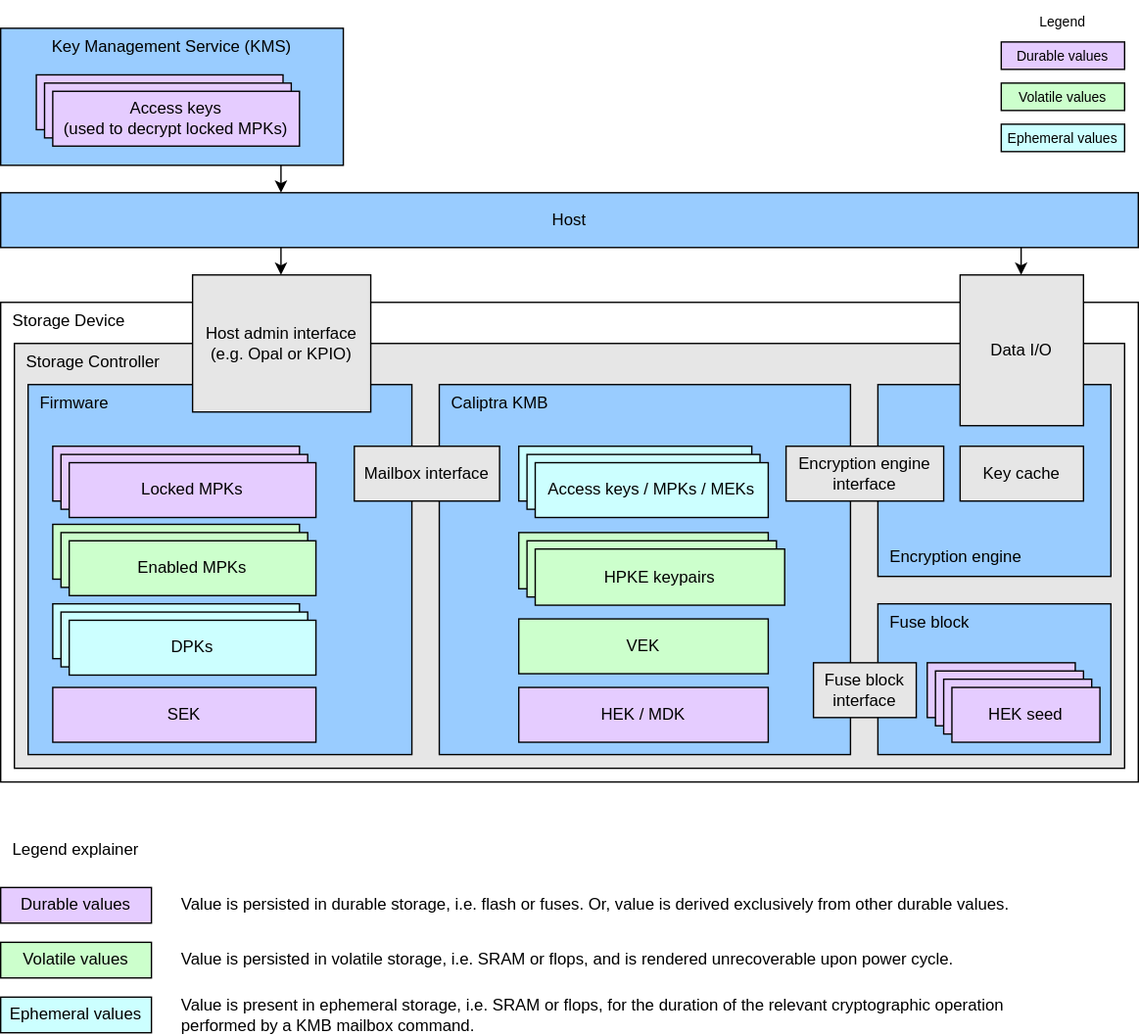
This is doc/ocp_lock/diagrams/architecture_diagram.drawio.svg from chipsalliance/Caliptra, a draw.io export, as it was before one commit. Source tidied: cells renumbered, new cells last; positions are measured from the earlier drawing's top-left corner, leaving out a move shared by most shapes.
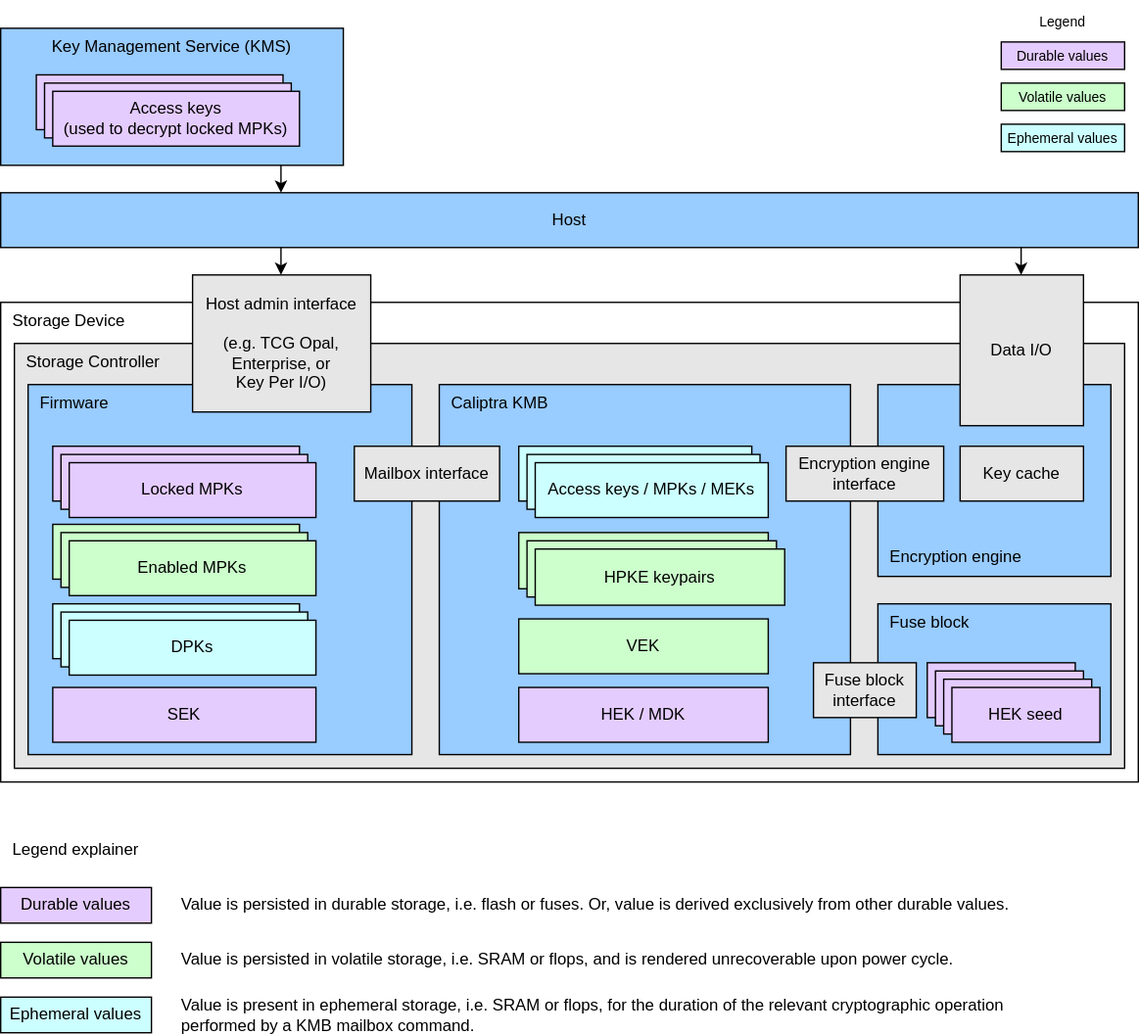
After the change.

Commit message:
Rename "Opal C_PIN" to "TCG C_PIN". (#566)

The edit, as a diff of the source:
```diff
@@ -44,7 +44,7 @@
     <mxCell id="15" value="&lt;div&gt;&lt;font color=&quot;#000000&quot;&gt;Fuse block&lt;/font&gt;&lt;/div&gt;&lt;div&gt;&lt;font color=&quot;#000000&quot;&gt;interface&lt;/font&gt;&lt;/div&gt;" style="rounded=0;whiteSpace=wrap;html=1;align=center;verticalAlign=middle;shadow=0;glass=0;spacingLeft=0;spacingBottom=0;spacingTop=0;fillColor=#E6E6E6;" parent="1" vertex="1">
       <mxGeometry x="593" y="483" width="75" height="40" as="geometry" />
     </mxCell>
-    <mxCell id="16" value="&lt;div&gt;&lt;font color=&quot;#000000&quot;&gt;Host admin interface&lt;/font&gt;&lt;/div&gt;&lt;div&gt;&lt;font color=&quot;#000000&quot;&gt;(e.g. Opal or KPIO)&lt;/font&gt;&lt;/div&gt;" style="rounded=0;whiteSpace=wrap;html=1;align=center;verticalAlign=middle;shadow=0;glass=0;spacingLeft=0;spacingBottom=0;spacingTop=0;fillColor=#E6E6E6;" parent="1" vertex="1">
+    <mxCell id="16" value="&lt;div&gt;&lt;font color=&quot;#000000&quot;&gt;Host admin interface&lt;/font&gt;&lt;/div&gt;&lt;div&gt;&lt;font color=&quot;#000000&quot;&gt;&lt;br&gt;&lt;/font&gt;&lt;/div&gt;&lt;div&gt;&lt;font color=&quot;#000000&quot;&gt;(e.g. TCG Opal, Enterprise, or&lt;/font&gt;&lt;/div&gt;&lt;div&gt;&lt;font color=&quot;#000000&quot;&gt;Key Per I/O)&lt;/font&gt;&lt;/div&gt;" style="rounded=0;whiteSpace=wrap;html=1;align=center;verticalAlign=middle;shadow=0;glass=0;spacingLeft=0;spacingBottom=0;spacingTop=0;fillColor=#E6E6E6;" parent="1" vertex="1">
       <mxGeometry x="140" y="200" width="130" height="100" as="geometry" />
     </mxCell>
     <mxCell id="17" style="rounded=0;whiteSpace=wrap;html=1;align=center;verticalAlign=middle;shadow=0;glass=0;spacingLeft=0;spacingBottom=0;spacingTop=0;fillColor=#E5CCFF;" parent="1" vertex="1">
```
